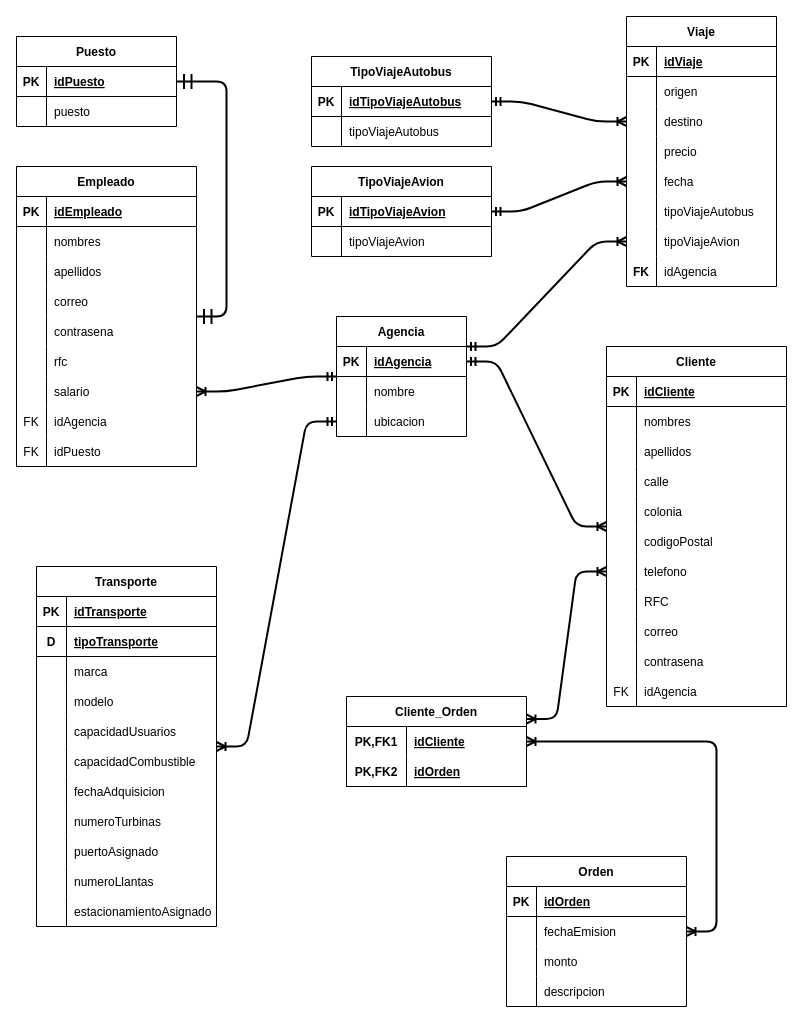
Above: Proyecto/BaseDatos.drawio in KevinLara96/Java_Diplomat (draw.io), before the change. Source tidied: cells renumbered, new cells numbered last; positions are measured from the earlier drawing's top-left corner, leaving out a move shared by most shapes. Both pictures are drawn from the tidied source at 100%, with x=0, y=0 at pixel (16, 16).
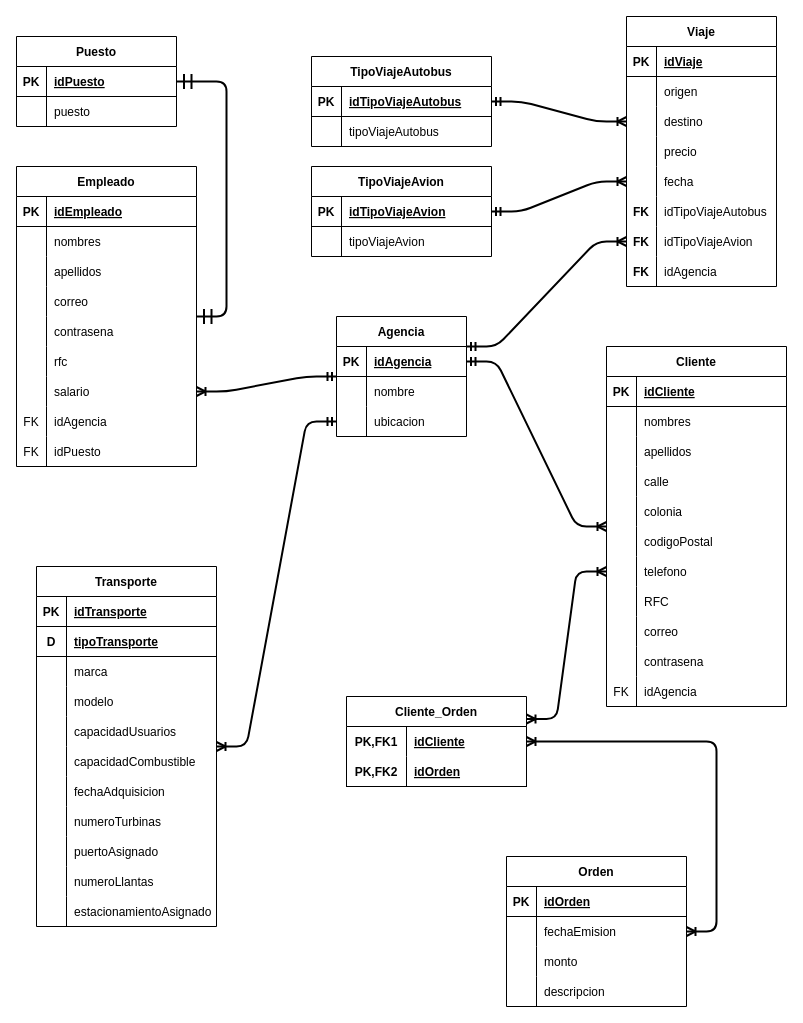
After the change.

The change refers to these unchanged cells:
```xml
<mxCell id="64" style="shape=tableRow;horizontal=0;startSize=0;swimlaneHead=0;swimlaneBody=0;fillColor=none;top=0;left=0;right=0;bottom=0;" parent="48" vertex="1">
  <mxGeometry y="180" width="150" height="30" as="geometry" />
</mxCell>
<mxCell id="67" style="shape=tableRow;horizontal=0;startSize=0;swimlaneHead=0;swimlaneBody=0;fillColor=none;points=[[0,0.5],[1,0.5]];portConstraint=eastwest;top=0;left=0;right=0;bottom=0;" parent="48" vertex="1">
  <mxGeometry y="210" width="150" height="30" as="geometry" />
</mxCell>
```

Change to the diagram source:
```diff
@@
-    <mxCell id="65" style="shape=partialRectangle;fillColor=none;top=0;left=0;bottom=0;right=0;overflow=hidden;" parent="64" vertex="1">
+    <mxCell id="65" value="FK" style="shape=partialRectangle;fillColor=none;top=0;left=0;bottom=0;right=0;overflow=hidden;fontStyle=1;" parent="64" vertex="1">
       <mxGeometry width="30" height="30" as="geometry" />
     </mxCell>
-    <mxCell id="66" value="tipoViajeAutobus" style="shape=partialRectangle;fillColor=none;top=0;left=0;bottom=0;right=0;align=left;spacingLeft=6;overflow=hidden;" parent="64" vertex="1">
+    <mxCell id="66" value="idTipoViajeAutobus" style="shape=partialRectangle;fillColor=none;top=0;left=0;bottom=0;right=0;align=left;spacingLeft=6;overflow=hidden;" parent="64" vertex="1">
       <mxGeometry x="30" width="120" height="30" as="geometry" />
     </mxCell>
@@
-    <mxCell id="68" style="shape=partialRectangle;fillColor=none;top=0;left=0;bottom=0;right=0;overflow=hidden;" parent="67" vertex="1">
+    <mxCell id="68" value="FK" style="shape=partialRectangle;fillColor=none;top=0;left=0;bottom=0;right=0;overflow=hidden;fontStyle=1;" parent="67" vertex="1">
       <mxGeometry width="30" height="30" as="geometry" />
     </mxCell>
-    <mxCell id="69" value="tipoViajeAvion" style="shape=partialRectangle;fillColor=none;top=0;left=0;bottom=0;right=0;align=left;spacingLeft=6;overflow=hidden;" parent="67" vertex="1">
+    <mxCell id="69" value="idTipoViajeAvion" style="shape=partialRectangle;fillColor=none;top=0;left=0;bottom=0;right=0;align=left;spacingLeft=6;overflow=hidden;" parent="67" vertex="1">
       <mxGeometry x="30" width="120" height="30" as="geometry" />
     </mxCell>
```
